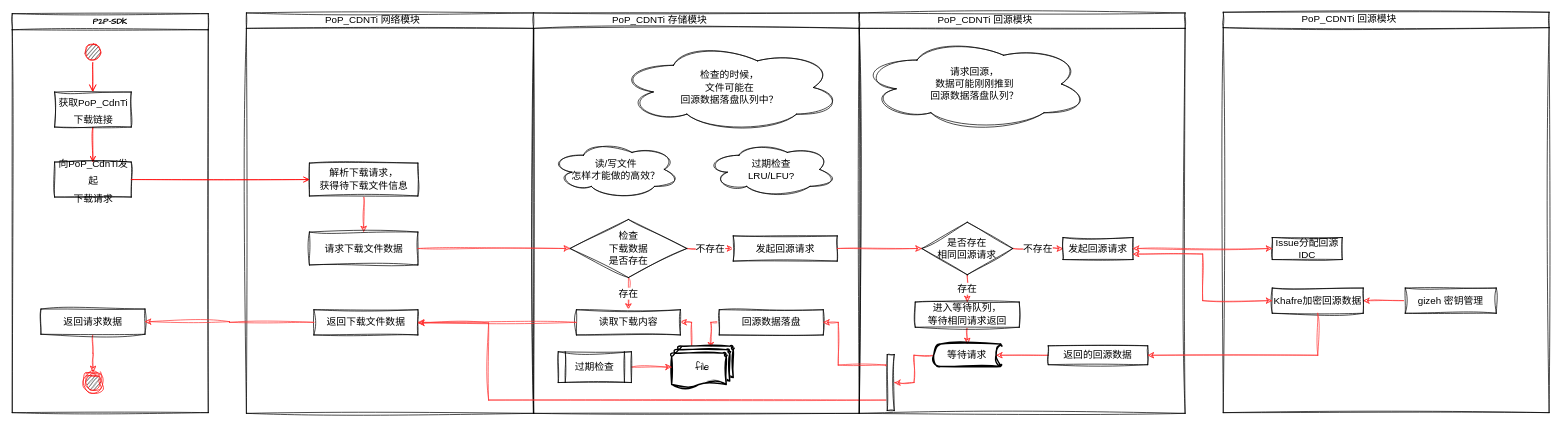
Before: PoP-CDNTi流程.drawio in comtjz/CodeFlagment, a draw.io diagram. Source tidied: cells renumbered, new cells numbered last; positions are measured from the earlier drawing's top-left corner, leaving out a move shared by most shapes. Both pictures are drawn from the tidied source at 70%, with x=0, y=0 at pixel (12, 12).
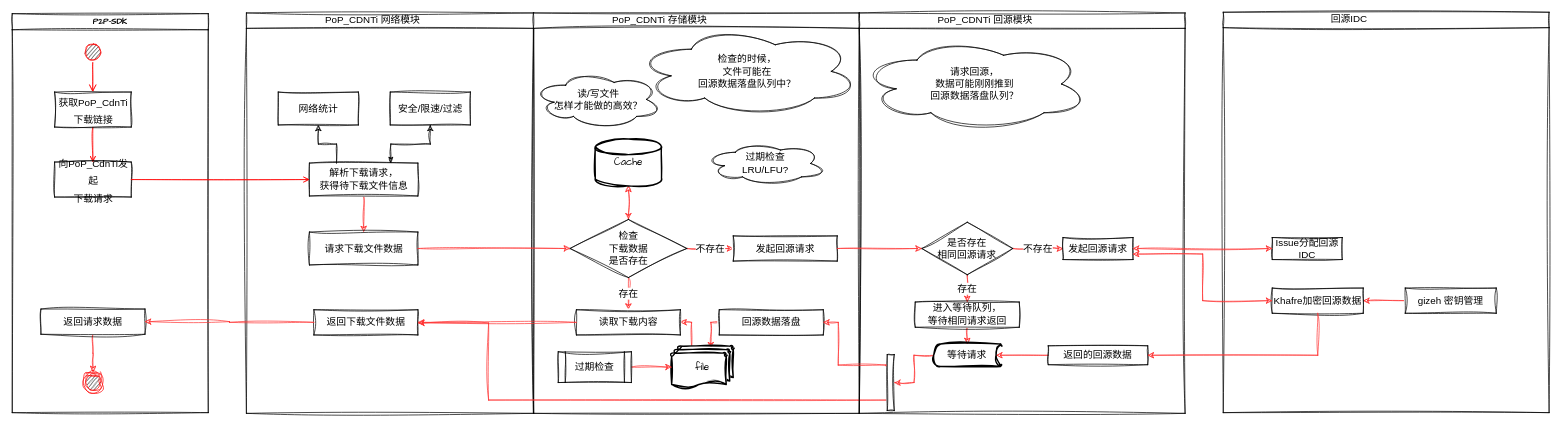
Above is the later version.

The change refers to these unchanged cells:
```xml
<mxCell id="11" style="swimlane;startSize=22;horizontal=1;containerType=tree;sketch=1;hachureGap=4;jiggle=2;fontFamily=Architects Daughter;fontSize=14;" parent="1" vertex="1">
  <mxGeometry x="334.5" y="1" width="410.5" height="572" as="geometry" />
</mxCell>
<mxCell id="14" value="&lt;font face=&quot;Aa花语·紫罗兰永恒&quot;&gt;解析下载请求，&lt;br&gt;获得待下载文件信息&lt;/font&gt;" style="rounded=0;whiteSpace=wrap;html=1;sketch=1;hachureGap=4;jiggle=2;fontFamily=Architects Daughter;fontSize=14;" parent="11" vertex="1">
  <mxGeometry x="90" y="214.5" width="155" height="47" as="geometry" />
</mxCell>
<mxCell id="18" style="swimlane;startSize=22;horizontal=1;containerType=tree;sketch=1;hachureGap=4;jiggle=2;fontFamily=Architects Daughter;fontSize=14;" parent="1" vertex="1">
  <mxGeometry x="744.5" y="1" width="465.5" height="572" as="geometry" />
</mxCell>
<mxCell id="22" value="&lt;font face=&quot;Aa花语·紫罗兰永恒&quot; color=&quot;#000000&quot;&gt;检查&lt;br&gt;下载数据&lt;br&gt;是否存在&lt;/font&gt;" style="rhombus;whiteSpace=wrap;html=1;sketch=1;hachureGap=4;jiggle=2;fontFamily=Architects Daughter;fontSize=14;fontColor=#FF3333;" parent="18" vertex="1">
  <mxGeometry x="52.3" y="295" width="166.9" height="83" as="geometry" />
</mxCell>
<mxCell id="54" style="swimlane;startSize=22;horizontal=1;containerType=tree;sketch=1;hachureGap=4;jiggle=2;fontFamily=Architects Daughter;fontSize=14;" parent="1" vertex="1">
  <mxGeometry x="1730" width="465.5" height="572" as="geometry" />
</mxCell>
```

The edit, as a diff of the source:
```diff
@@
+    <mxCell id="63" style="edgeStyle=orthogonalEdgeStyle;rounded=0;sketch=1;hachureGap=4;jiggle=2;jettySize=auto;html=1;exitX=0.5;exitY=1;exitDx=0;exitDy=0;strokeColor=#000000;fontFamily=Architects Daughter;fontSize=14;startArrow=classic;startFill=1;endArrow=none;endFill=0;entryX=0.25;entryY=0;entryDx=0;entryDy=0;" parent="11" edge="1" source="64" target="14">
+      <mxGeometry relative="1" as="geometry" />
+    </mxCell>
+    <mxCell id="64" value="&lt;font face=&quot;Aa花语·紫罗兰永恒&quot;&gt;网络统计&lt;/font&gt;" style="rounded=0;whiteSpace=wrap;html=1;sketch=1;hachureGap=4;jiggle=2;fontFamily=Architects Daughter;fontSize=14;" parent="11" vertex="1">
+      <mxGeometry x="45.5" y="113" width="114.5" height="47" as="geometry" />
+    </mxCell>
+    <mxCell id="65" style="edgeStyle=orthogonalEdgeStyle;rounded=0;sketch=1;hachureGap=4;jiggle=2;jettySize=auto;html=1;exitX=0.5;exitY=1;exitDx=0;exitDy=0;entryX=0.75;entryY=0;entryDx=0;entryDy=0;strokeColor=#000000;fontFamily=Architects Daughter;fontSize=14;startArrow=classic;startFill=1;endArrow=classicThin;endFill=1;" parent="11" edge="1" source="66" target="14">
+      <mxGeometry relative="1" as="geometry" />
+    </mxCell>
+    <mxCell id="66" value="&lt;font face=&quot;Aa花语·紫罗兰永恒&quot;&gt;安全/限速/过滤&lt;/font&gt;" style="rounded=0;whiteSpace=wrap;html=1;sketch=1;hachureGap=4;jiggle=2;fontFamily=Architects Daughter;fontSize=14;" parent="11" vertex="1">
+      <mxGeometry x="205.5" y="113" width="114.5" height="47" as="geometry" />
+    </mxCell>
@@
+    <mxCell id="67" style="edgeStyle=orthogonalEdgeStyle;rounded=0;sketch=1;hachureGap=4;jiggle=2;jettySize=auto;html=1;exitX=0.5;exitY=0;exitDx=0;exitDy=0;entryX=0.5;entryY=1;entryDx=0;entryDy=0;entryPerimeter=0;strokeColor=#FF3333;fontFamily=Architects Daughter;fontSize=14;startArrow=classic;startFill=1;endArrow=classic;endFill=1;" parent="18" edge="1" source="22" target="68">
+      <mxGeometry relative="1" as="geometry" />
+    </mxCell>
@@
     <mxCell id="32" value="&lt;font face=&quot;Aa花语·紫罗兰永恒&quot;&gt;检查的时候，&lt;br&gt;文件可能在&lt;br&gt;回源数据落盘队列中？&lt;/font&gt;" style="ellipse;shape=cloud;whiteSpace=wrap;html=1;sketch=1;hachureGap=4;jiggle=2;fontFamily=Architects Daughter;fontSize=14;" parent="18" vertex="1">
-      <mxGeometry x="120" y="43" width="320" height="127" as="geometry" />
+      <mxGeometry x="145.5" y="20" width="320" height="127" as="geometry" />
     </mxCell>
     <mxCell id="33" value="&lt;font face=&quot;Aa花语·紫罗兰永恒&quot;&gt;读/写文件&lt;br&gt;怎样才能做的高效？&lt;br&gt;&lt;/font&gt;" style="ellipse;shape=cloud;whiteSpace=wrap;html=1;sketch=1;hachureGap=4;jiggle=2;fontFamily=Architects Daughter;fontSize=14;" parent="18" vertex="1">
-      <mxGeometry x="25.5" y="183" width="184.5" height="81" as="geometry" />
+      <mxGeometry y="83" width="184.5" height="81" as="geometry" />
     </mxCell>
     <mxCell id="34" value="&lt;font face=&quot;Aa花语·紫罗兰永恒&quot;&gt;过期检查&lt;br&gt;LRU/LFU?&lt;br&gt;&lt;/font&gt;" style="ellipse;shape=cloud;whiteSpace=wrap;html=1;sketch=1;hachureGap=4;jiggle=2;fontFamily=Architects Daughter;fontSize=14;" parent="18" vertex="1">
-      <mxGeometry x="247.5" y="183" width="184.5" height="81" as="geometry" />
+      <mxGeometry x="245.5" y="183" width="172" height="64" as="geometry" />
     </mxCell>
+    <mxCell id="68" value="Cache" style="strokeWidth=2;html=1;shape=mxgraph.flowchart.database;whiteSpace=wrap;sketch=1;hachureGap=4;jiggle=2;fontFamily=Architects Daughter;fontSize=14;" parent="18" vertex="1">
+      <mxGeometry x="88.5" y="180" width="94.5" height="67" as="geometry" />
+    </mxCell>
@@
-    <mxCell id="55" value="&lt;font face=&quot;Aa花语·紫罗兰永恒&quot;&gt;PoP_CDNTi 回源模块&lt;/font&gt;" style="text;html=1;strokeColor=none;fillColor=none;align=center;verticalAlign=middle;whiteSpace=wrap;rounded=0;sketch=1;hachureGap=4;jiggle=2;fontFamily=Architects Daughter;fontSize=14;" parent="54" vertex="1">
+    <mxCell id="55" value="&lt;font face=&quot;Aa花语·紫罗兰永恒&quot;&gt;回源IDC&lt;/font&gt;" style="text;html=1;strokeColor=none;fillColor=none;align=center;verticalAlign=middle;whiteSpace=wrap;rounded=0;sketch=1;hachureGap=4;jiggle=2;fontFamily=Architects Daughter;fontSize=14;" parent="54" vertex="1">
       <mxGeometry x="105" width="150" height="20" as="geometry" />
     </mxCell>
```
